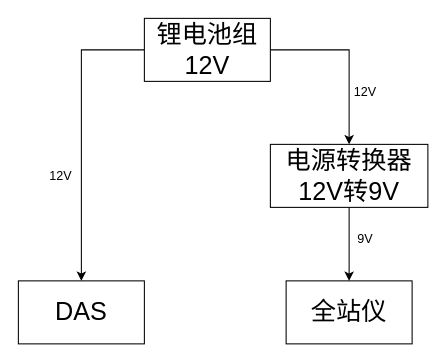
Above: page "锂电池组" (1 of 2) of 全站仪电气图.drawio in wanghongsilver/DrawIo (draw.io), before the change. Source tidied: cells renumbered, new cells numbered last; positions are measured from the earlier drawing's top-left corner, leaving out a move shared by most shapes. Both pictures are drawn from the tidied source at 105%, with x=0, y=0 at pixel (18, 18).
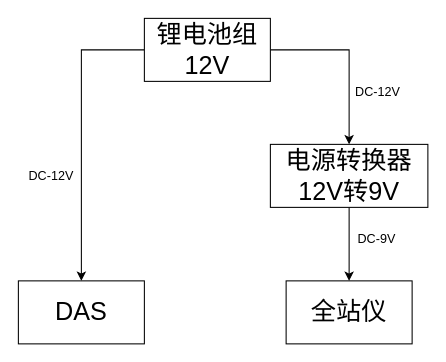
After the change.

What changed in the source:
```diff
@@
 <mxGraphModel background="#ffffff">
   <root>
     <mxCell id="0" />
     <mxCell id="1" parent="0" />
     <mxCell id="2" style="edgeStyle=orthogonalEdgeStyle;rounded=0;jettySize=auto;html=1;exitX=1;exitY=0.5;exitDx=0;exitDy=0;entryX=0.5;entryY=0;entryDx=0;entryDy=0;" parent="1" edge="1" source="4" target="7">
       <mxGeometry relative="1" as="geometry" />
     </mxCell>
     <mxCell id="3" style="edgeStyle=orthogonalEdgeStyle;rounded=0;jettySize=auto;html=1;exitX=0;exitY=0.5;exitDx=0;exitDy=0;entryX=0.5;entryY=0;entryDx=0;entryDy=0;" parent="1" edge="1" source="4" target="8">
       <mxGeometry relative="1" as="geometry" />
     </mxCell>
     <mxCell id="4" value="&lt;div&gt;&lt;font style=&quot;font-size: 24px&quot;&gt;锂电池组&lt;/font&gt;&lt;/div&gt;&lt;div&gt;&lt;font style=&quot;font-size: 24px&quot;&gt;12V&lt;br&gt;&lt;/font&gt;&lt;/div&gt;" style="rounded=0;whiteSpace=wrap;html=1;" parent="1" vertex="1">
       <mxGeometry x="120" width="120" height="60" as="geometry" />
     </mxCell>
     <mxCell id="5" value="&lt;font style=&quot;font-size: 24px&quot;&gt;全站仪&lt;/font&gt;" style="rounded=0;whiteSpace=wrap;html=1;" parent="1" vertex="1">
       <mxGeometry x="255" y="250" width="120" height="60" as="geometry" />
     </mxCell>
     <mxCell id="6" style="edgeStyle=orthogonalEdgeStyle;rounded=0;jettySize=auto;html=1;exitX=0.5;exitY=1;exitDx=0;exitDy=0;entryX=0.5;entryY=0;entryDx=0;entryDy=0;" parent="1" edge="1" source="7" target="5">
       <mxGeometry relative="1" as="geometry" />
     </mxCell>
     <mxCell id="7" value="&lt;div&gt;&lt;font style=&quot;font-size: 24px&quot;&gt;电源转换器12V转9V&lt;/font&gt;&lt;/div&gt;" style="rounded=0;whiteSpace=wrap;html=1;" parent="1" vertex="1">
       <mxGeometry x="240" y="120" width="150" height="60" as="geometry" />
     </mxCell>
     <mxCell id="8" value="&lt;font style=&quot;font-size: 24px&quot;&gt;DAS&lt;/font&gt;" style="rounded=0;whiteSpace=wrap;html=1;" parent="1" vertex="1">
       <mxGeometry y="250" width="120" height="60" as="geometry" />
     </mxCell>
-    <mxCell id="9" value="12V" style="text;html=1;align=center;verticalAlign=middle;strokeColor=none;" parent="1" vertex="1">
-      <mxGeometry x="20" y="140" width="40" height="20" as="geometry" />
+    <mxCell id="9" value="DC-12V" style="text;html=1;align=center;verticalAlign=middle;strokeColor=none;" parent="1" vertex="1">
+      <mxGeometry x="4" y="141" width="53" height="18" as="geometry" />
     </mxCell>
-    <mxCell id="10" value="12V" style="text;html=1;align=center;verticalAlign=middle;strokeColor=none;" parent="1" vertex="1">
-      <mxGeometry x="310" y="60" width="40" height="20" as="geometry" />
+    <mxCell id="10" value="DC-12V" style="text;html=1;align=center;verticalAlign=middle;strokeColor=none;" parent="1" vertex="1">
+      <mxGeometry x="315" y="61" width="53" height="18" as="geometry" />
     </mxCell>
-    <mxCell id="11" value="9V" style="text;html=1;align=center;verticalAlign=middle;strokeColor=none;" parent="1" vertex="1">
-      <mxGeometry x="315" y="200" width="30" height="20" as="geometry" />
+    <mxCell id="11" value="DC-9V" style="text;html=1;align=center;verticalAlign=middle;strokeColor=none;" parent="1" vertex="1">
+      <mxGeometry x="318" y="201" width="46" height="18" as="geometry" />
     </mxCell>
   </root>
 </mxGraphModel>
```
